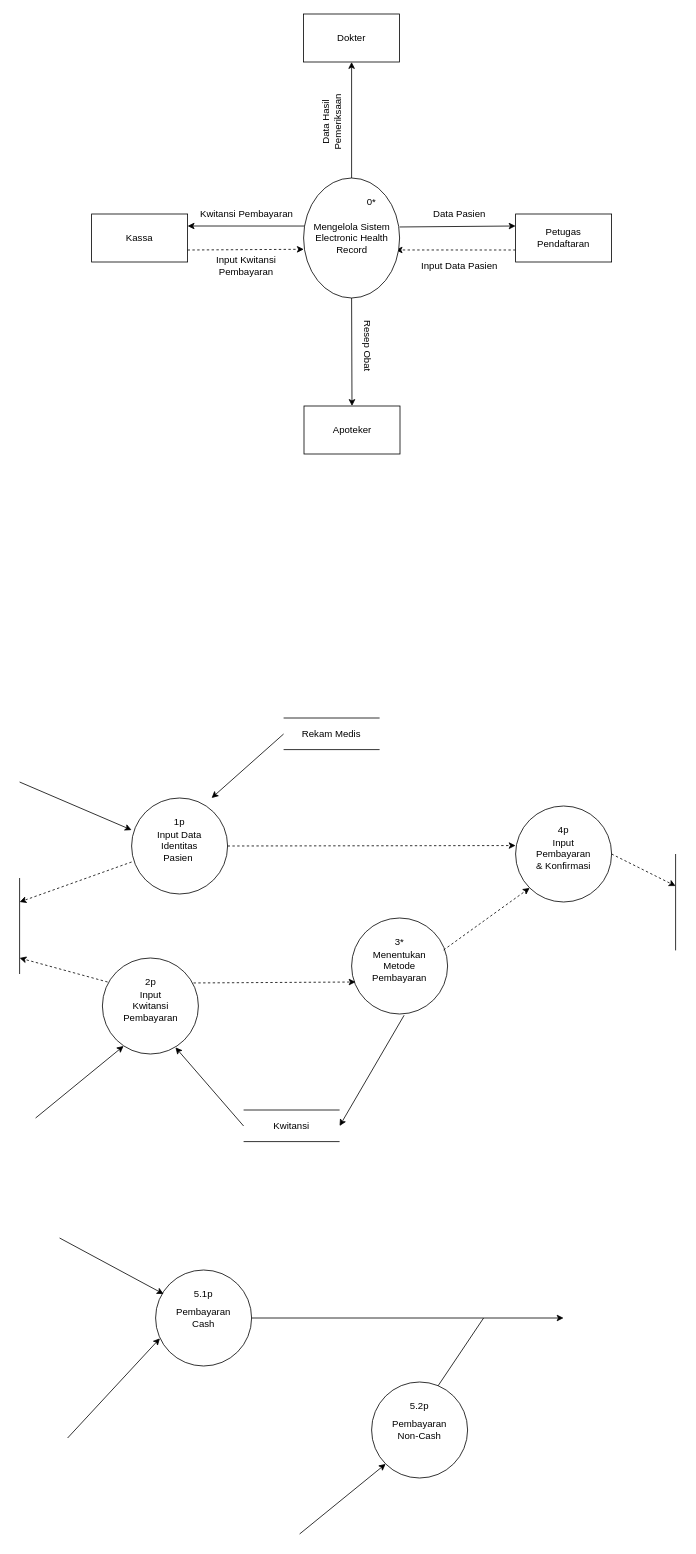
Above: DFD LVL 0.drawio in Arfnvaaa/Arfnvaaa (draw.io), before the change. Source tidied: cells renumbered, new cells numbered last; positions are measured from the earlier drawing's top-left corner, leaving out a move shared by most shapes. Both pictures are drawn from the tidied source at 80%, with x=0, y=0 at pixel (19, 14).
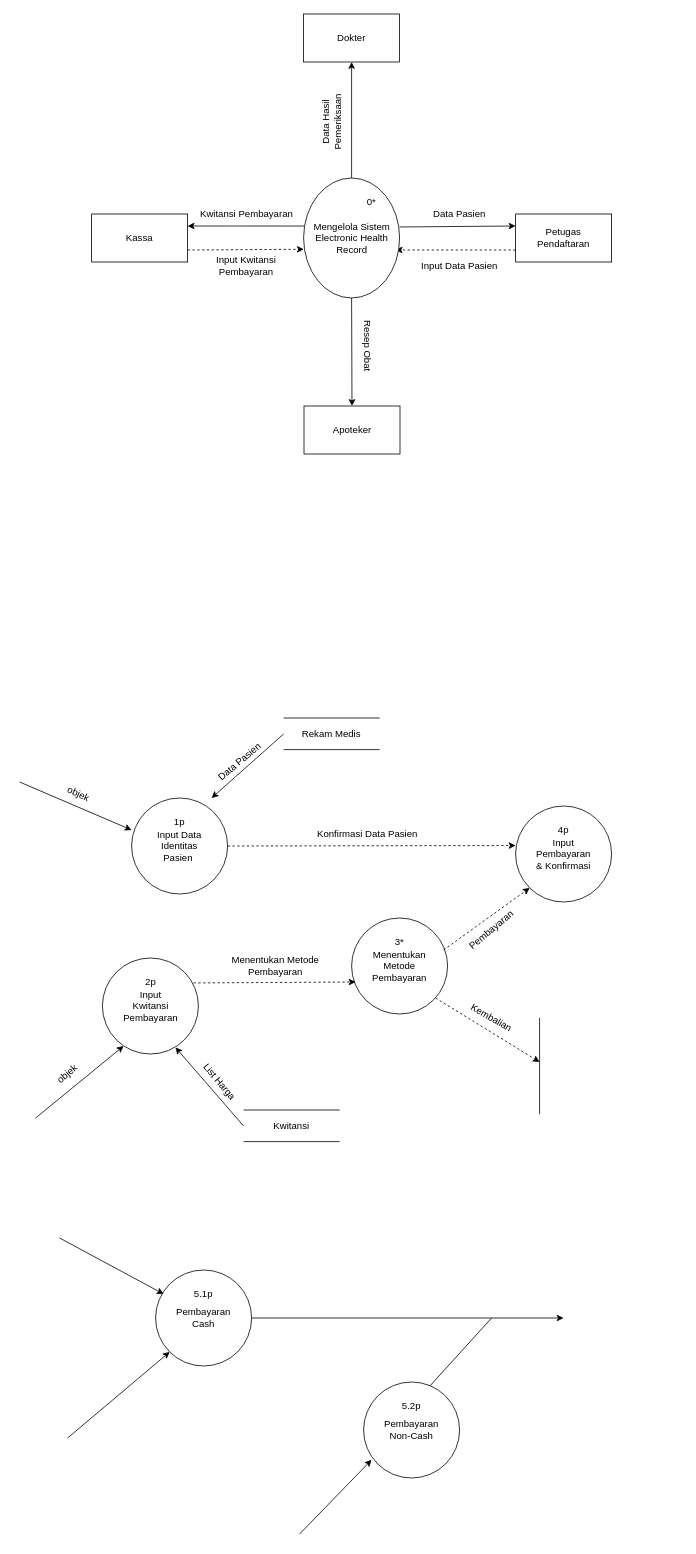
After the change.

Unchanged cells that the change refers to:
```xml
<mxCell id="47" style="ellipse;whiteSpace=wrap;html=1;" parent="46" vertex="1">
  <mxGeometry width="120" height="120" as="geometry" />
</mxCell>
<mxCell id="51" style="ellipse;whiteSpace=wrap;html=1;" parent="50" vertex="1">
  <mxGeometry width="120" height="120" as="geometry" />
</mxCell>
<mxCell id="68" style="ellipse;whiteSpace=wrap;html=1;" parent="67" vertex="1">
  <mxGeometry width="120" height="120" as="geometry" />
</mxCell>
<mxCell id="72" style="ellipse;whiteSpace=wrap;html=1;" parent="71" vertex="1">
  <mxGeometry width="120" height="120" as="geometry" />
</mxCell>
```

Diff of the diagram source:
```diff
@@
-    <mxCell id="54" style="endArrow=none;html=1;rounded=0;" parent="1" edge="1">
-      <mxGeometry relative="1" as="geometry">
-        <mxPoint y="1200" as="sourcePoint" />
-        <mxPoint y="1080" as="targetPoint" />
-      </mxGeometry>
-    </mxCell>
-    <mxCell id="55" style="endArrow=none;html=1;rounded=0;" parent="1" edge="1">
-      <mxGeometry relative="1" as="geometry">
-        <mxPoint x="820" y="1050" as="sourcePoint" />
-        <mxPoint x="820" y="1170.5" as="targetPoint" />
-      </mxGeometry>
-    </mxCell>
@@
-    <mxCell id="59" style="endArrow=classic;html=1;rounded=0;dashed=1;exitX=1;exitY=0.5;exitDx=0;exitDy=0;" parent="1" edge="1" source="51">
-      <mxGeometry relative="1" as="geometry">
-        <mxPoint x="820" y="1090" as="targetPoint" />
-      </mxGeometry>
-    </mxCell>
@@
-    <mxCell id="63" style="endArrow=classic;html=1;rounded=0;exitX=0.547;exitY=1.013;exitDx=0;exitDy=0;exitPerimeter=0;" parent="1" edge="1" source="47">
+    <mxCell id="63" style="endArrow=classic;html=1;rounded=0;dashed=1;" parent="1" edge="1">
       <mxGeometry relative="1" as="geometry">
-        <mxPoint x="400" y="1390" as="targetPoint" />
+        <mxPoint x="520" y="1230" as="sourcePoint" />
+        <mxPoint x="650" y="1310" as="targetPoint" />
       </mxGeometry>
     </mxCell>
@@
-    <mxCell id="65" style="endArrow=classic;html=1;rounded=0;dashed=1;" parent="1" edge="1">
-      <mxGeometry relative="1" as="geometry">
-        <mxPoint x="140" y="1060" as="sourcePoint" />
-        <mxPoint y="1110" as="targetPoint" />
-      </mxGeometry>
-    </mxCell>
-    <mxCell id="66" style="endArrow=classic;html=1;rounded=0;dashed=1;" parent="1" edge="1">
-      <mxGeometry relative="1" as="geometry">
-        <mxPoint x="110" y="1210" as="sourcePoint" />
-        <mxPoint y="1180" as="targetPoint" />
-      </mxGeometry>
-    </mxCell>
@@
     <mxCell id="71" style="group;" parent="1" vertex="1">
-      <mxGeometry x="440" y="1710" width="120" height="120" as="geometry" />
+      <mxGeometry x="430" y="1710" width="120" height="120" as="geometry" />
     </mxCell>
@@
-    <mxCell id="76" style="endArrow=classic;html=1;rounded=0;entryX=0.045;entryY=0.712;entryDx=0;entryDy=0;entryPerimeter=0;" parent="1" edge="1" target="68">
+    <mxCell id="76" style="endArrow=classic;html=1;rounded=0;entryX=0;entryY=1;entryDx=0;entryDy=0;" parent="1" edge="1" target="68">
       <mxGeometry relative="1" as="geometry">
         <mxPoint x="60" y="1780" as="sourcePoint" />
       </mxGeometry>
     </mxCell>
@@
-    <mxCell id="78" style="endArrow=classic;html=1;rounded=0;entryX=0;entryY=1;entryDx=0;entryDy=0;" parent="1" edge="1" target="72">
+    <mxCell id="78" style="endArrow=classic;html=1;rounded=0;entryX=0.083;entryY=0.811;entryDx=0;entryDy=0;entryPerimeter=0;" parent="1" edge="1" target="72">
       <mxGeometry relative="1" as="geometry">
         <mxPoint x="350" y="1900" as="sourcePoint" />
       </mxGeometry>
     </mxCell>
     <mxCell id="79" style="endArrow=none;html=1;rounded=0;exitX=0.693;exitY=0.039;exitDx=0;exitDy=0;exitPerimeter=0;" parent="1" edge="1" source="72">
       <mxGeometry relative="1" as="geometry">
-        <mxPoint x="580" y="1630" as="targetPoint" />
+        <mxPoint x="590" y="1630" as="targetPoint" />
       </mxGeometry>
     </mxCell>
+    <mxCell id="80" value="objek" style="text;html=1;whiteSpace=wrap;strokeColor=none;fillColor=none;align=center;verticalAlign=middle;rounded=0;rotation=25;" parent="1" vertex="1">
+      <mxGeometry x="43.5" y="960" width="60" height="30" as="geometry" />
+    </mxCell>
+    <mxCell id="81" value="Konfirmasi Data Pasien" style="text;html=1;whiteSpace=wrap;strokeColor=none;fillColor=none;align=center;verticalAlign=middle;rounded=0;" parent="1" vertex="1">
+      <mxGeometry x="370" y="1010" width="130" height="30" as="geometry" />
+    </mxCell>
+    <mxCell id="82" value="Data Pasien" style="text;html=1;whiteSpace=wrap;strokeColor=none;fillColor=none;align=center;verticalAlign=middle;rounded=0;rotation=-40;" parent="1" vertex="1">
+      <mxGeometry x="240" y="919.5" width="70" height="30" as="geometry" />
+    </mxCell>
+    <mxCell id="83" value="Menentukan Metode Pembayaran" style="text;html=1;whiteSpace=wrap;strokeColor=none;fillColor=none;align=center;verticalAlign=middle;rounded=0;" parent="1" vertex="1">
+      <mxGeometry x="260" y="1175" width="120" height="30" as="geometry" />
+    </mxCell>
+    <mxCell id="84" value="objek" style="text;html=1;whiteSpace=wrap;strokeColor=none;fillColor=none;align=center;verticalAlign=middle;rounded=0;rotation=-40;" parent="1" vertex="1">
+      <mxGeometry x="30" y="1310" width="60" height="30" as="geometry" />
+    </mxCell>
+    <mxCell id="85" value="List Harga" style="text;html=1;whiteSpace=wrap;strokeColor=none;fillColor=none;align=center;verticalAlign=middle;rounded=0;rotation=50;" parent="1" vertex="1">
+      <mxGeometry x="220" y="1320" width="60" height="30" as="geometry" />
+    </mxCell>
+    <mxCell id="86" value="Kembalian" style="text;html=1;whiteSpace=wrap;strokeColor=none;fillColor=none;align=center;verticalAlign=middle;rounded=0;rotation=30;" parent="1" vertex="1">
+      <mxGeometry x="560" y="1240" width="60" height="30" as="geometry" />
+    </mxCell>
+    <mxCell id="87" value="Pembayaran" style="text;html=1;whiteSpace=wrap;strokeColor=none;fillColor=none;align=center;verticalAlign=middle;rounded=0;rotation=-40;" parent="1" vertex="1">
+      <mxGeometry x="560" y="1130" width="60" height="30" as="geometry" />
+    </mxCell>
+    <mxCell id="88" style="endArrow=none;html=1;rounded=0;" parent="1" edge="1">
+      <mxGeometry relative="1" as="geometry">
+        <mxPoint x="650" y="1254.8" as="sourcePoint" />
+        <mxPoint x="650" y="1375.2" as="targetPoint" />
+      </mxGeometry>
+    </mxCell>
```
